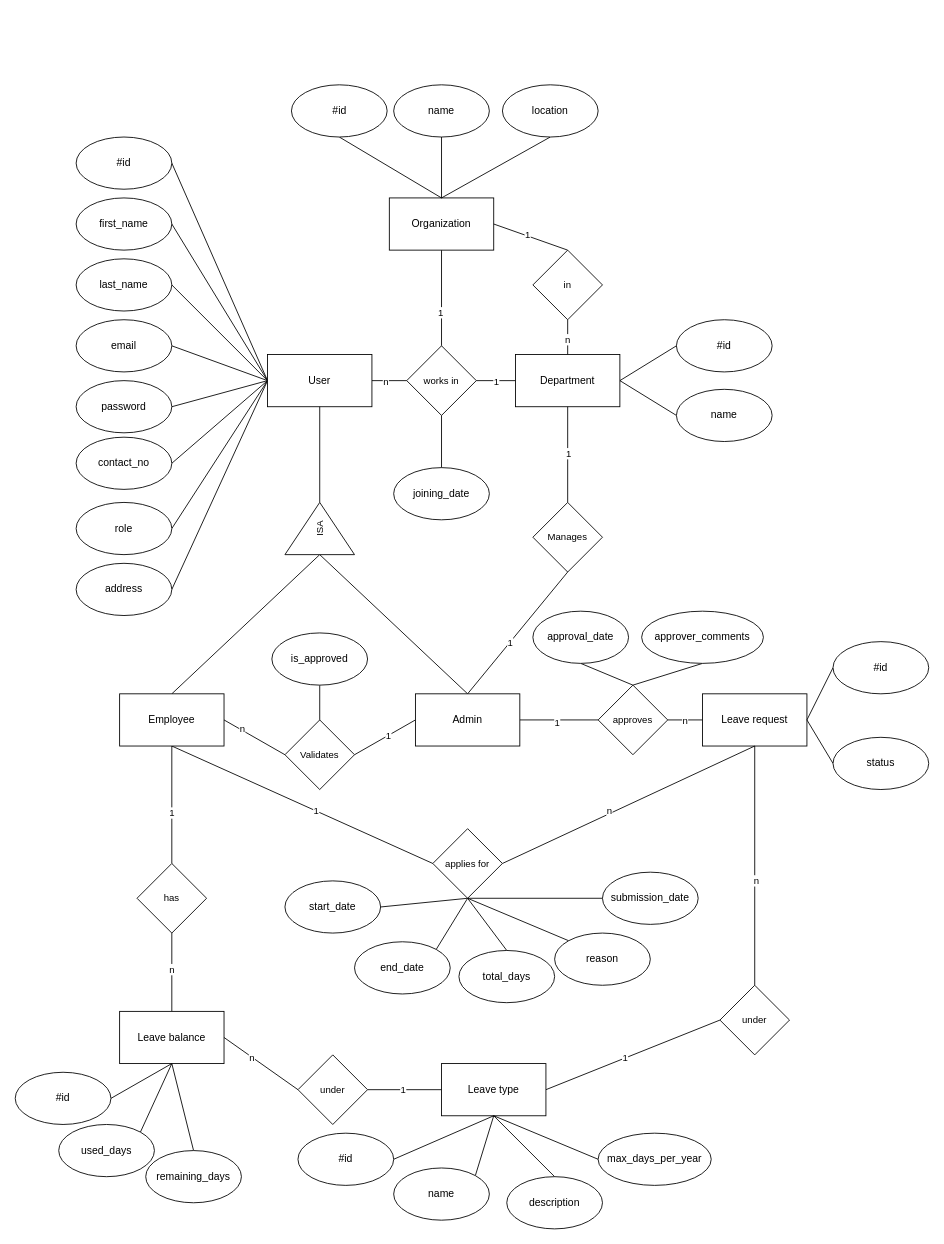
Before: software_design_files/ER_diagram/ELMS_ER_Diagram.drawio in arpan-mondal-3000/elms-software, a draw.io diagram. Source tidied: cells renumbered, new cells numbered last; positions are measured from the earlier drawing's top-left corner, leaving out a move shared by most shapes. Both pictures are drawn from the tidied source at 87%, with x=0, y=0 at pixel (15, 84).
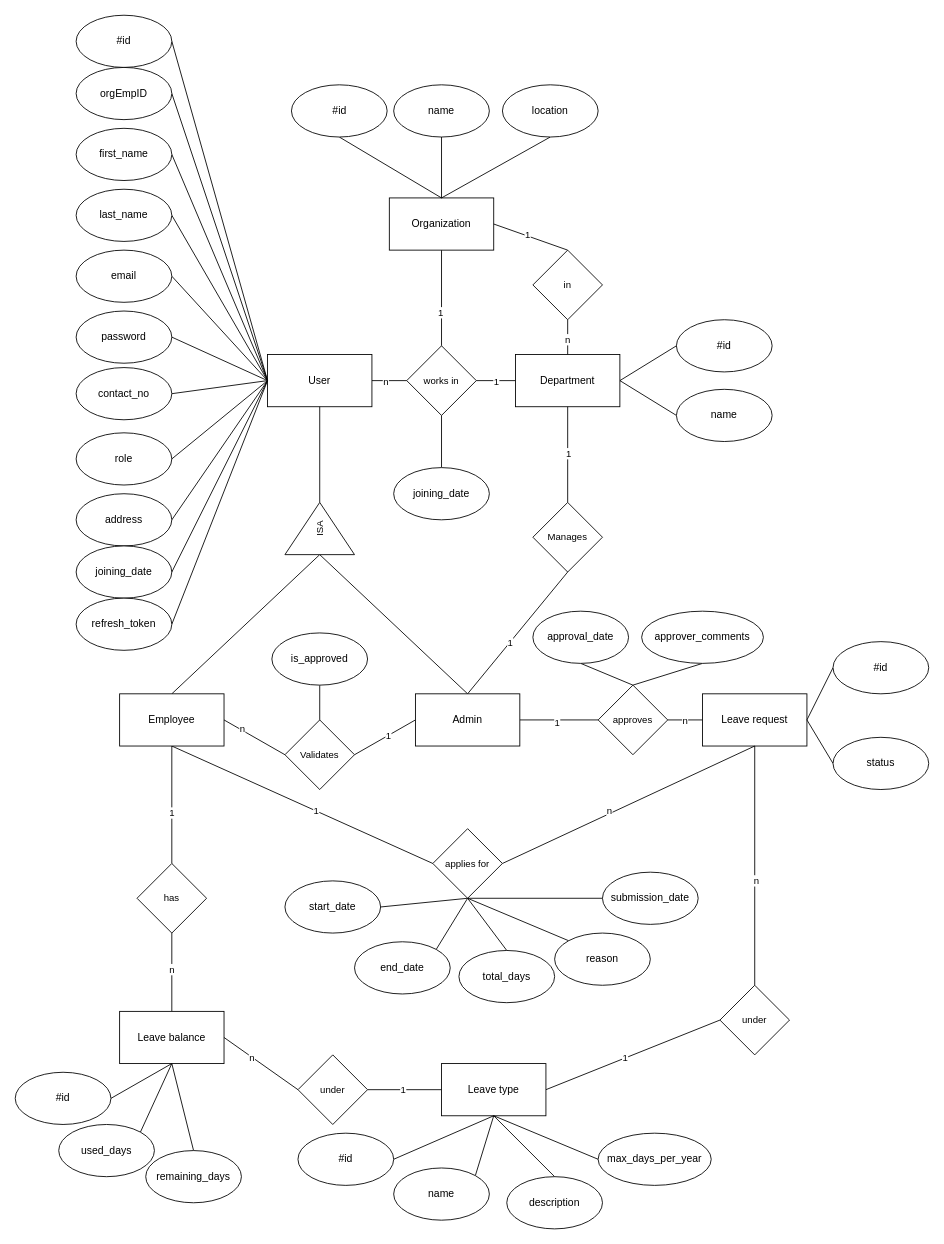
The same diagram, later.

Unchanged cells that the change refers to:
```xml
<mxCell id="12" value="User" style="rounded=0;whiteSpace=wrap;html=1;" parent="1" vertex="1">
  <mxGeometry x="290" y="310" width="120" height="60" as="geometry" />
</mxCell>
```

Diff of the diagram source:
```diff
@@
     <mxCell id="13" value="#id" style="ellipse;whiteSpace=wrap;html=1;" parent="1" vertex="1">
-      <mxGeometry x="70" y="60" width="110" height="60" as="geometry" />
+      <mxGeometry x="70" y="-80" width="110" height="60" as="geometry" />
     </mxCell>
     <mxCell id="14" value="first_name" style="ellipse;whiteSpace=wrap;html=1;" parent="1" vertex="1">
-      <mxGeometry x="70" y="130" width="110" height="60" as="geometry" />
+      <mxGeometry x="70" y="50" width="110" height="60" as="geometry" />
     </mxCell>
     <mxCell id="15" value="last_name" style="ellipse;whiteSpace=wrap;html=1;" parent="1" vertex="1">
-      <mxGeometry x="70" y="200" width="110" height="60" as="geometry" />
+      <mxGeometry x="70" y="120" width="110" height="60" as="geometry" />
     </mxCell>
     <mxCell id="16" value="email" style="ellipse;whiteSpace=wrap;html=1;" parent="1" vertex="1">
-      <mxGeometry x="70" y="270" width="110" height="60" as="geometry" />
+      <mxGeometry x="70" y="190" width="110" height="60" as="geometry" />
     </mxCell>
     <mxCell id="17" value="password" style="ellipse;whiteSpace=wrap;html=1;" parent="1" vertex="1">
-      <mxGeometry x="70" y="340" width="110" height="60" as="geometry" />
+      <mxGeometry x="70" y="260" width="110" height="60" as="geometry" />
     </mxCell>
     <mxCell id="18" value="contact_no" style="ellipse;whiteSpace=wrap;html=1;" parent="1" vertex="1">
-      <mxGeometry x="70" y="405" width="110" height="60" as="geometry" />
+      <mxGeometry x="70" y="325" width="110" height="60" as="geometry" />
     </mxCell>
     <mxCell id="19" value="role" style="ellipse;whiteSpace=wrap;html=1;" parent="1" vertex="1">
-      <mxGeometry x="70" y="480" width="110" height="60" as="geometry" />
+      <mxGeometry x="70" y="400" width="110" height="60" as="geometry" />
     </mxCell>
     <mxCell id="20" value="address" style="ellipse;whiteSpace=wrap;html=1;" parent="1" vertex="1">
-      <mxGeometry x="70" y="550" width="110" height="60" as="geometry" />
+      <mxGeometry x="70" y="470" width="110" height="60" as="geometry" />
     </mxCell>
@@
+    <mxCell id="123" style="rounded=0;jettySize=auto;html=1;exitX=1;exitY=0.5;exitDx=0;exitDy=0;entryX=0;entryY=0.5;entryDx=0;entryDy=0;endArrow=none;endFill=0;" parent="1" edge="1" source="124" target="12">
+      <mxGeometry relative="1" as="geometry" />
+    </mxCell>
+    <mxCell id="124" value="orgEmpID" style="ellipse;whiteSpace=wrap;html=1;" parent="1" vertex="1">
+      <mxGeometry x="70" y="-20" width="110" height="60" as="geometry" />
+    </mxCell>
+    <mxCell id="125" style="edgeStyle=none;shape=connector;rounded=0;jettySize=auto;html=1;exitX=1;exitY=0.5;exitDx=0;exitDy=0;entryX=0;entryY=0.5;entryDx=0;entryDy=0;strokeColor=default;align=center;verticalAlign=middle;fontFamily=Helvetica;fontSize=11;fontColor=default;labelBackgroundColor=default;endArrow=none;endFill=0;" parent="1" edge="1" source="126" target="12">
+      <mxGeometry relative="1" as="geometry" />
+    </mxCell>
+    <mxCell id="126" value="joining_date" style="ellipse;whiteSpace=wrap;html=1;" parent="1" vertex="1">
+      <mxGeometry x="70" y="530" width="110" height="60" as="geometry" />
+    </mxCell>
+    <mxCell id="127" style="edgeStyle=none;shape=connector;rounded=0;jettySize=auto;html=1;exitX=1;exitY=0.5;exitDx=0;exitDy=0;entryX=0;entryY=0.5;entryDx=0;entryDy=0;strokeColor=default;align=center;verticalAlign=middle;fontFamily=Helvetica;fontSize=11;fontColor=default;labelBackgroundColor=default;endArrow=none;endFill=0;" parent="1" edge="1" source="128" target="12">
+      <mxGeometry relative="1" as="geometry" />
+    </mxCell>
+    <mxCell id="128" value="refresh_token" style="ellipse;whiteSpace=wrap;html=1;" parent="1" vertex="1">
+      <mxGeometry x="70" y="590" width="110" height="60" as="geometry" />
+    </mxCell>
```
